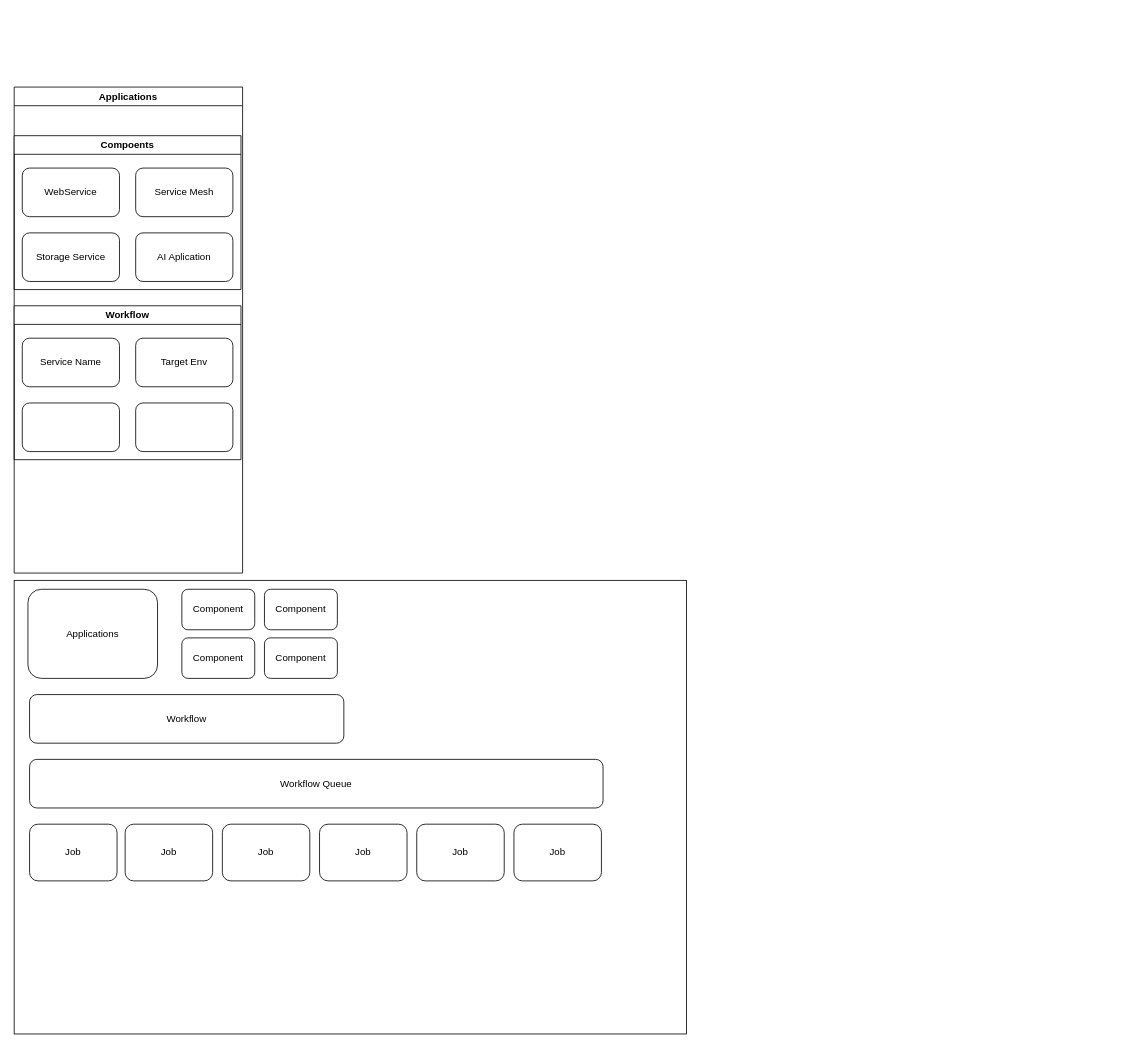
The draw.io diagram doc/workflow.drawio in SilentEchoe/KubeMin-Cli, before the edit. Source tidied: cells renumbered, new cells numbered last; positions are measured from the earlier drawing's top-left corner, leaving out a move shared by most shapes. Both pictures are drawn from the tidied source at 81%, with x=0, y=0 at pixel (14, 87).
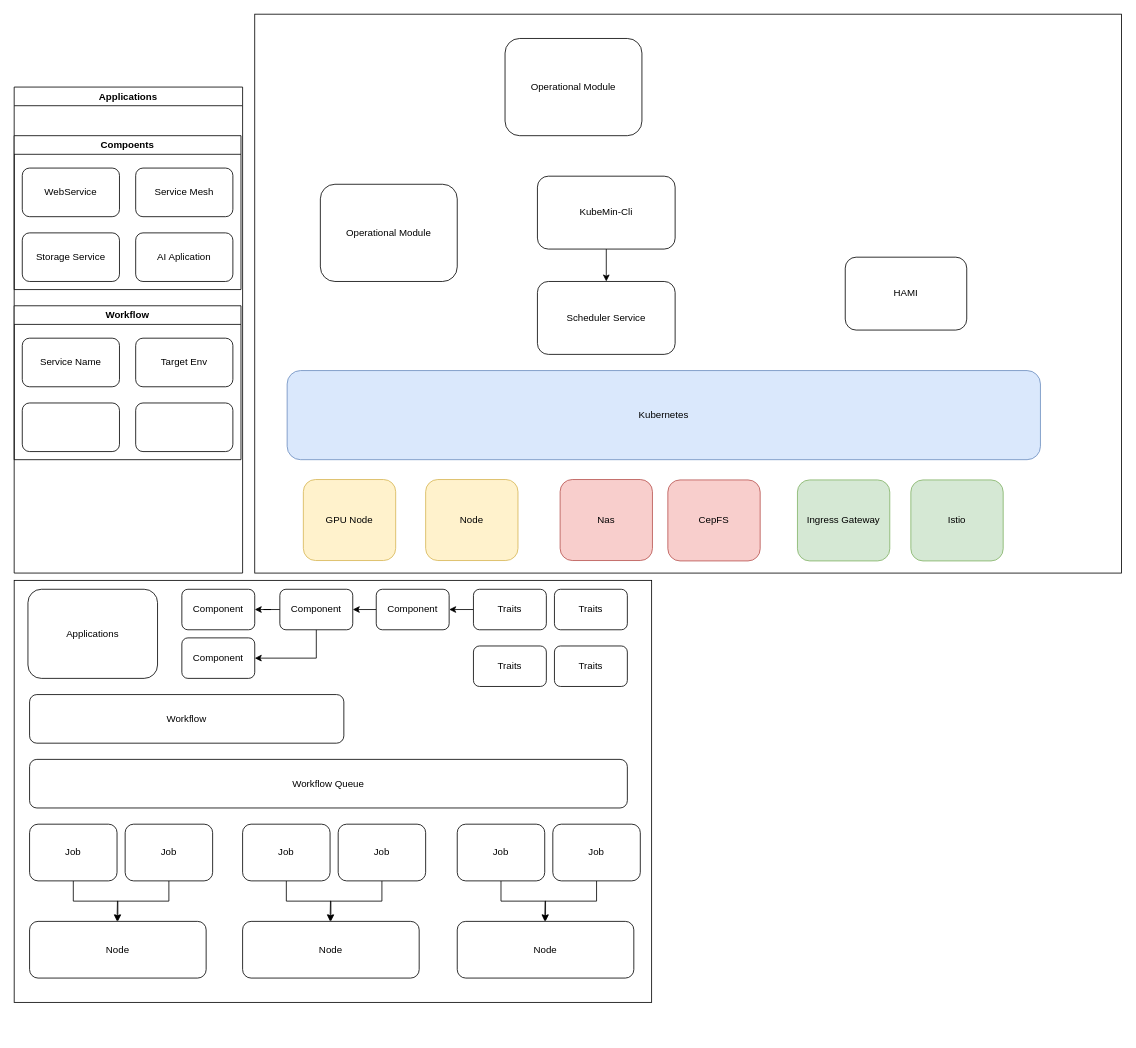
The same diagram, later.

Unchanged cells that the change refers to:
```xml
<mxCell id="17" value="Component" style="rounded=1;whiteSpace=wrap;html=1;" parent="1" vertex="1">
  <mxGeometry x="207" y="620" width="90" height="50" as="geometry" />
</mxCell>
<mxCell id="18" value="Component" style="rounded=1;whiteSpace=wrap;html=1;" parent="1" vertex="1">
  <mxGeometry x="207" y="680" width="90" height="50" as="geometry" />
</mxCell>
<mxCell id="21" value="Job" style="rounded=1;whiteSpace=wrap;html=1;" parent="1" vertex="1">
  <mxGeometry x="19" y="910" width="108" height="70" as="geometry" />
</mxCell>
<mxCell id="22" value="Job" style="rounded=1;whiteSpace=wrap;html=1;" parent="1" vertex="1">
  <mxGeometry x="137" y="910" width="108" height="70" as="geometry" />
</mxCell>
```

Diff of the diagram source:
```diff
@@
     <mxCell id="2" style="rounded=0;whiteSpace=wrap;html=1;" parent="1" vertex="1">
-      <mxGeometry y="609" width="830" height="560" as="geometry" />
+      <mxGeometry y="609" width="787" height="521" as="geometry" />
     </mxCell>
@@
     <mxCell id="14" value="Workflow Queue" style="rounded=1;whiteSpace=wrap;html=1;" parent="1" vertex="1">
-      <mxGeometry x="19" y="830" width="708" height="60" as="geometry" />
+      <mxGeometry x="19" y="830" width="738" height="60" as="geometry" />
     </mxCell>
@@
+    <mxCell id="27" style="edgeStyle=orthogonalEdgeStyle;rounded=0;jettySize=auto;html=1;exitX=0;exitY=0.5;exitDx=0;exitDy=0;entryX=1;entryY=0.5;entryDx=0;entryDy=0;" parent="1" edge="1" source="19" target="20">
+      <mxGeometry relative="1" as="geometry" />
+    </mxCell>
     <mxCell id="19" value="Component" style="rounded=1;whiteSpace=wrap;html=1;" parent="1" vertex="1">
-      <mxGeometry x="309" y="620" width="90" height="50" as="geometry" />
+      <mxGeometry x="447" y="620" width="90" height="50" as="geometry" />
     </mxCell>
+    <mxCell id="28" style="edgeStyle=orthogonalEdgeStyle;rounded=0;jettySize=auto;html=1;exitX=0;exitY=0.5;exitDx=0;exitDy=0;" parent="1" edge="1" source="20" target="17">
+      <mxGeometry relative="1" as="geometry" />
+    </mxCell>
+    <mxCell id="29" style="edgeStyle=orthogonalEdgeStyle;rounded=0;jettySize=auto;html=1;exitX=0.5;exitY=1;exitDx=0;exitDy=0;entryX=1;entryY=0.5;entryDx=0;entryDy=0;" parent="1" edge="1" source="20" target="18">
+      <mxGeometry relative="1" as="geometry" />
+    </mxCell>
     <mxCell id="20" value="Component" style="rounded=1;whiteSpace=wrap;html=1;" parent="1" vertex="1">
-      <mxGeometry x="309" y="680" width="90" height="50" as="geometry" />
+      <mxGeometry x="328" y="620" width="90" height="50" as="geometry" />
     </mxCell>
+    <mxCell id="30" style="edgeStyle=orthogonalEdgeStyle;rounded=0;jettySize=auto;html=1;exitX=0.5;exitY=1;exitDx=0;exitDy=0;entryX=0.5;entryY=0;entryDx=0;entryDy=0;" parent="1" edge="1" source="21" target="38">
+      <mxGeometry relative="1" as="geometry" />
+    </mxCell>
@@
+    <mxCell id="31" style="edgeStyle=orthogonalEdgeStyle;rounded=0;jettySize=auto;html=1;exitX=0.5;exitY=1;exitDx=0;exitDy=0;" parent="1" edge="1" source="22">
+      <mxGeometry relative="1" as="geometry">
+        <mxPoint x="127" y="1030" as="targetPoint" />
+      </mxGeometry>
+    </mxCell>
@@
-    <mxCell id="23" value="Job" style="rounded=1;whiteSpace=wrap;html=1;" parent="1" vertex="1">
-      <mxGeometry x="257" y="910" width="108" height="70" as="geometry" />
-    </mxCell>
-    <mxCell id="24" value="Job" style="rounded=1;whiteSpace=wrap;html=1;" parent="1" vertex="1">
-      <mxGeometry x="377" y="910" width="108" height="70" as="geometry" />
-    </mxCell>
-    <mxCell id="25" value="Job" style="rounded=1;whiteSpace=wrap;html=1;" parent="1" vertex="1">
-      <mxGeometry x="497" y="910" width="108" height="70" as="geometry" />
-    </mxCell>
-    <mxCell id="26" value="Job" style="rounded=1;whiteSpace=wrap;html=1;" parent="1" vertex="1">
-      <mxGeometry x="617" y="910" width="108" height="70" as="geometry" />
-    </mxCell>
+    <mxCell id="32" style="edgeStyle=orthogonalEdgeStyle;rounded=0;jettySize=auto;html=1;exitX=0;exitY=0.5;exitDx=0;exitDy=0;entryX=1;entryY=0.5;entryDx=0;entryDy=0;" parent="1" edge="1" source="33" target="19">
+      <mxGeometry relative="1" as="geometry" />
+    </mxCell>
+    <mxCell id="33" value="Traits" style="rounded=1;whiteSpace=wrap;html=1;" parent="1" vertex="1">
+      <mxGeometry x="567" y="620" width="90" height="50" as="geometry" />
+    </mxCell>
+    <mxCell id="34" value="Traits" style="rounded=1;whiteSpace=wrap;html=1;" parent="1" vertex="1">
+      <mxGeometry x="667" y="620" width="90" height="50" as="geometry" />
+    </mxCell>
+    <mxCell id="35" value="Traits" style="rounded=1;whiteSpace=wrap;html=1;" parent="1" vertex="1">
+      <mxGeometry x="567" y="690" width="90" height="50" as="geometry" />
+    </mxCell>
+    <mxCell id="36" value="Traits" style="rounded=1;whiteSpace=wrap;html=1;" parent="1" vertex="1">
+      <mxGeometry x="667" y="690" width="90" height="50" as="geometry" />
+    </mxCell>
+    <mxCell id="37" style="rounded=0;whiteSpace=wrap;html=1;" parent="1" vertex="1">
+      <mxGeometry x="297" y="-90" width="1070" height="690" as="geometry" />
+    </mxCell>
+    <mxCell id="38" value="Node" style="rounded=1;whiteSpace=wrap;html=1;" parent="1" vertex="1">
+      <mxGeometry x="19" y="1030" width="218" height="70" as="geometry" />
+    </mxCell>
+    <mxCell id="39" style="edgeStyle=orthogonalEdgeStyle;rounded=0;jettySize=auto;html=1;exitX=0.5;exitY=1;exitDx=0;exitDy=0;entryX=0.5;entryY=0;entryDx=0;entryDy=0;" parent="1" edge="1" source="40" target="43">
+      <mxGeometry relative="1" as="geometry" />
+    </mxCell>
+    <mxCell id="40" value="Job" style="rounded=1;whiteSpace=wrap;html=1;" parent="1" vertex="1">
+      <mxGeometry x="282" y="910" width="108" height="70" as="geometry" />
+    </mxCell>
+    <mxCell id="41" style="edgeStyle=orthogonalEdgeStyle;rounded=0;jettySize=auto;html=1;exitX=0.5;exitY=1;exitDx=0;exitDy=0;" parent="1" edge="1" source="42">
+      <mxGeometry relative="1" as="geometry">
+        <mxPoint x="390" y="1030" as="targetPoint" />
+      </mxGeometry>
+    </mxCell>
+    <mxCell id="42" value="Job" style="rounded=1;whiteSpace=wrap;html=1;" parent="1" vertex="1">
+      <mxGeometry x="400" y="910" width="108" height="70" as="geometry" />
+    </mxCell>
+    <mxCell id="43" value="Node" style="rounded=1;whiteSpace=wrap;html=1;" parent="1" vertex="1">
+      <mxGeometry x="282" y="1030" width="218" height="70" as="geometry" />
+    </mxCell>
+    <mxCell id="44" style="edgeStyle=orthogonalEdgeStyle;rounded=0;jettySize=auto;html=1;exitX=0.5;exitY=1;exitDx=0;exitDy=0;entryX=0.5;entryY=0;entryDx=0;entryDy=0;" parent="1" edge="1" source="45" target="48">
+      <mxGeometry relative="1" as="geometry" />
+    </mxCell>
+    <mxCell id="45" value="Job" style="rounded=1;whiteSpace=wrap;html=1;" parent="1" vertex="1">
+      <mxGeometry x="547" y="910" width="108" height="70" as="geometry" />
+    </mxCell>
+    <mxCell id="46" style="edgeStyle=orthogonalEdgeStyle;rounded=0;jettySize=auto;html=1;exitX=0.5;exitY=1;exitDx=0;exitDy=0;" parent="1" edge="1" source="47">
+      <mxGeometry relative="1" as="geometry">
+        <mxPoint x="655" y="1030" as="targetPoint" />
+      </mxGeometry>
+    </mxCell>
+    <mxCell id="47" value="Job" style="rounded=1;whiteSpace=wrap;html=1;" parent="1" vertex="1">
+      <mxGeometry x="665" y="910" width="108" height="70" as="geometry" />
+    </mxCell>
+    <mxCell id="48" value="Node" style="rounded=1;whiteSpace=wrap;html=1;" parent="1" vertex="1">
+      <mxGeometry x="547" y="1030" width="218" height="70" as="geometry" />
+    </mxCell>
+    <mxCell id="49" style="edgeStyle=orthogonalEdgeStyle;rounded=0;jettySize=auto;html=1;exitX=0.5;exitY=1;exitDx=0;exitDy=0;entryX=0.5;entryY=0;entryDx=0;entryDy=0;" parent="1" edge="1" source="50" target="51">
+      <mxGeometry relative="1" as="geometry" />
+    </mxCell>
+    <mxCell id="50" value="KubeMin-Cli" style="rounded=1;whiteSpace=wrap;html=1;" parent="1" vertex="1">
+      <mxGeometry x="646" y="110" width="170" height="90" as="geometry" />
+    </mxCell>
+    <mxCell id="51" value="Scheduler Service" style="rounded=1;whiteSpace=wrap;html=1;" parent="1" vertex="1">
+      <mxGeometry x="646" y="240" width="170" height="90" as="geometry" />
+    </mxCell>
+    <mxCell id="52" value="Kubernetes" style="rounded=1;whiteSpace=wrap;html=1;fillColor=#dae8fc;strokeColor=#6c8ebf;" parent="1" vertex="1">
+      <mxGeometry x="337" y="350" width="930" height="110" as="geometry" />
+    </mxCell>
+    <mxCell id="53" value="Operational Module" style="rounded=1;whiteSpace=wrap;html=1;" parent="1" vertex="1">
+      <mxGeometry x="378" y="120" width="169" height="120" as="geometry" />
+    </mxCell>
+    <mxCell id="54" value="HAMI" style="rounded=1;whiteSpace=wrap;html=1;" parent="1" vertex="1">
+      <mxGeometry x="1026" y="210" width="150" height="90" as="geometry" />
+    </mxCell>
+    <mxCell id="55" value="Node" style="rounded=1;whiteSpace=wrap;html=1;fillColor=#fff2cc;strokeColor=#d6b656;" parent="1" vertex="1">
+      <mxGeometry x="508" y="484.5" width="114" height="100" as="geometry" />
+    </mxCell>
+    <mxCell id="56" value="GPU Node" style="rounded=1;whiteSpace=wrap;html=1;fillColor=#fff2cc;strokeColor=#d6b656;" parent="1" vertex="1">
+      <mxGeometry x="357" y="484.5" width="114" height="100" as="geometry" />
+    </mxCell>
+    <mxCell id="57" value="Nas" style="rounded=1;whiteSpace=wrap;html=1;fillColor=#f8cecc;strokeColor=#b85450;" parent="1" vertex="1">
+      <mxGeometry x="674" y="484.5" width="114" height="100" as="geometry" />
+    </mxCell>
+    <mxCell id="58" value="CepFS" style="rounded=1;whiteSpace=wrap;html=1;fillColor=#f8cecc;strokeColor=#b85450;" parent="1" vertex="1">
+      <mxGeometry x="807" y="485" width="114" height="100" as="geometry" />
+    </mxCell>
+    <mxCell id="59" value="Operational Module" style="rounded=1;whiteSpace=wrap;html=1;" parent="1" vertex="1">
+      <mxGeometry x="606" y="-60" width="169" height="120" as="geometry" />
+    </mxCell>
+    <mxCell id="60" value="Ingress Gateway" style="rounded=1;whiteSpace=wrap;html=1;fillColor=#d5e8d4;strokeColor=#82b366;" parent="1" vertex="1">
+      <mxGeometry x="967" y="485" width="114" height="100" as="geometry" />
+    </mxCell>
+    <mxCell id="61" value="Istio" style="rounded=1;whiteSpace=wrap;html=1;fillColor=#d5e8d4;strokeColor=#82b366;" parent="1" vertex="1">
+      <mxGeometry x="1107" y="485" width="114" height="100" as="geometry" />
+    </mxCell>
```
